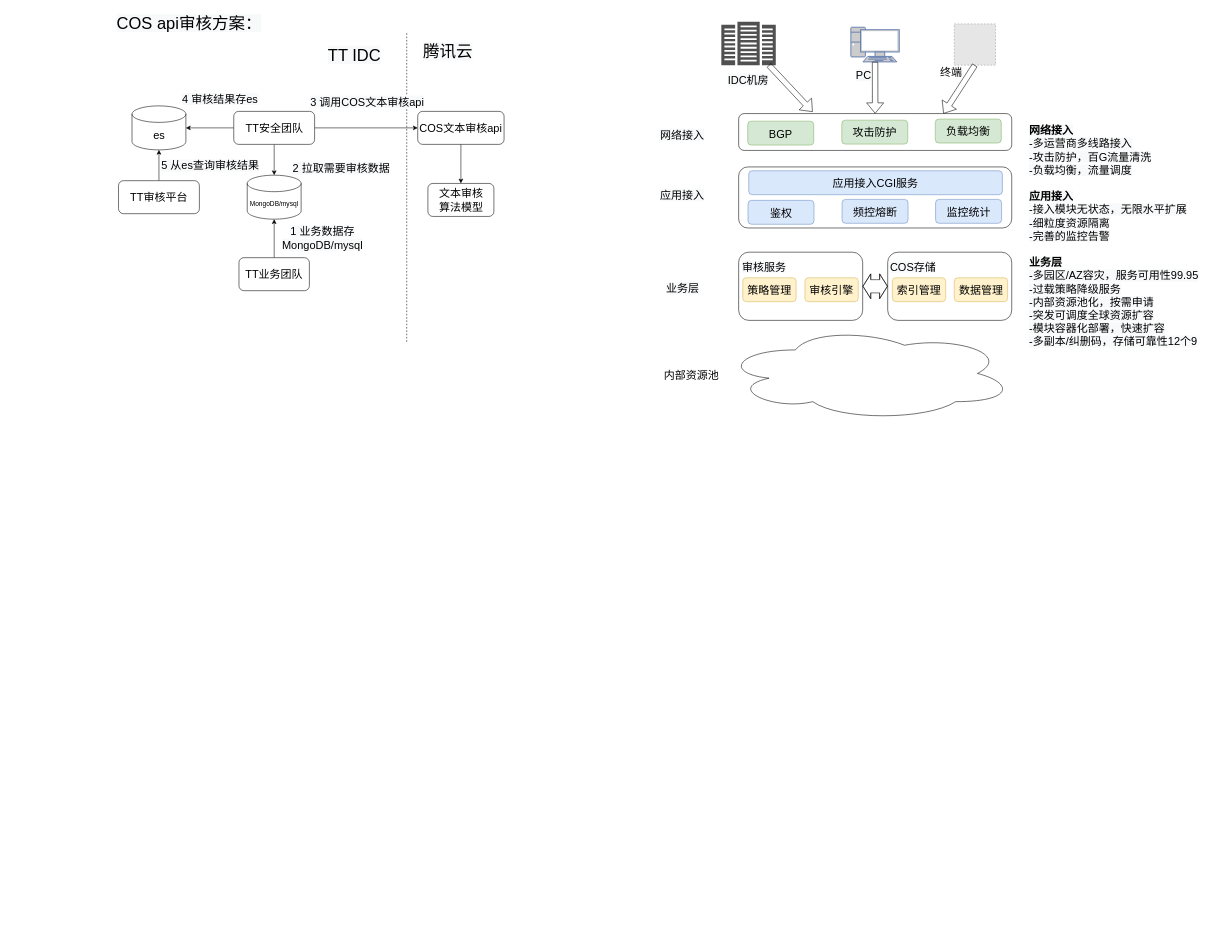
This is page "TT文本审核方案" (5 of 8) of CI.drawio from wangnan8791/document, a draw.io file, before an edit. Source tidied: cells renumbered, new cells numbered last; positions are measured from the earlier drawing's top-left corner, leaving out a move shared by most shapes. Both pictures are drawn from the tidied source at 55%, with x=0, y=0 at pixel (116, 9). Pictures stored in the file or linked from it are replaced by grey dashed boxes.
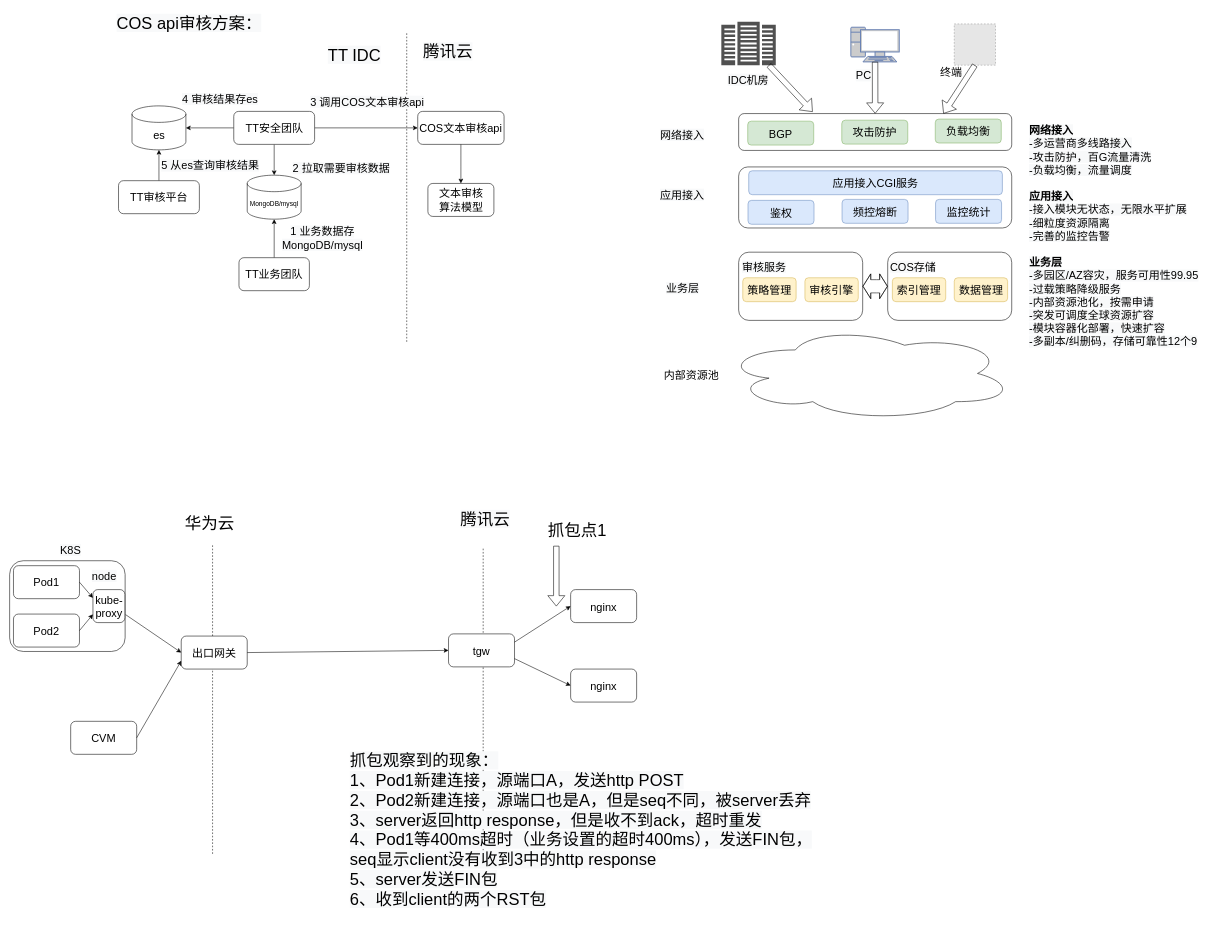
Above is the later version.

Change to the diagram source:
```diff
@@
+    <mxCell id="57" style="endArrow=none;dashed=1;html=1;" parent="1" edge="1">
+      <mxGeometry relative="1" as="geometry">
+        <mxPoint x="176" y="1535" as="sourcePoint" />
+        <mxPoint x="176" y="973" as="targetPoint" />
+      </mxGeometry>
+    </mxCell>
+    <mxCell id="58" style="endArrow=none;dashed=1;html=1;" parent="1" edge="1">
+      <mxGeometry relative="1" as="geometry">
+        <mxPoint x="668" y="1541" as="sourcePoint" />
+        <mxPoint x="668" y="979" as="targetPoint" />
+      </mxGeometry>
+    </mxCell>
+    <mxCell id="59" value="&lt;span style=&quot;color: rgb(0 , 0 , 0) ; font-family: &amp;#34;helvetica&amp;#34; ; font-size: 30px ; font-style: normal ; font-weight: 400 ; letter-spacing: normal ; text-align: center ; text-indent: 0px ; text-transform: none ; word-spacing: 0px ; background-color: rgb(248 , 249 , 250) ; display: inline ; float: none&quot;&gt;腾讯云&lt;/span&gt;" style="text;whiteSpace=wrap;html=1;fontSize=30;" parent="1" vertex="1">
+      <mxGeometry x="625" y="902" width="96" height="51" as="geometry" />
+    </mxCell>
+    <mxCell id="60" value="&lt;div style=&quot;text-align: center&quot;&gt;&lt;span&gt;&lt;font face=&quot;helvetica&quot;&gt;华为云&lt;/font&gt;&lt;/span&gt;&lt;/div&gt;" style="text;whiteSpace=wrap;html=1;fontSize=30;" parent="1" vertex="1">
+      <mxGeometry x="123.5" y="909" width="96" height="51" as="geometry" />
+    </mxCell>
+    <mxCell id="61" value="tgw" style="rounded=1;whiteSpace=wrap;html=1;fontSize=20;" parent="1" vertex="1">
+      <mxGeometry x="605" y="1135" width="120" height="60" as="geometry" />
+    </mxCell>
+    <mxCell id="62" value="出口网关" style="rounded=1;whiteSpace=wrap;html=1;fontSize=20;" parent="1" vertex="1">
+      <mxGeometry x="119" y="1139" width="120" height="60" as="geometry" />
+    </mxCell>
+    <mxCell id="63" style="rounded=1;whiteSpace=wrap;html=1;fontSize=20;" parent="1" vertex="1">
+      <mxGeometry x="-193" y="1002" width="210" height="165" as="geometry" />
+    </mxCell>
+    <mxCell id="64" value="CVM" style="rounded=1;whiteSpace=wrap;html=1;fontSize=20;" parent="1" vertex="1">
+      <mxGeometry x="-82" y="1294" width="120" height="60" as="geometry" />
+    </mxCell>
+    <mxCell id="65" value="&lt;span style=&quot;color: rgb(0, 0, 0); font-family: helvetica; font-size: 20px; font-style: normal; font-weight: 400; letter-spacing: normal; text-align: center; text-indent: 0px; text-transform: none; word-spacing: 0px; background-color: rgb(248, 249, 250); display: inline; float: none;&quot;&gt;K8S&lt;/span&gt;" style="text;whiteSpace=wrap;html=1;fontSize=20;" parent="1" vertex="1">
+      <mxGeometry x="-103" y="964" width="58" height="38" as="geometry" />
+    </mxCell>
+    <mxCell id="66" value="&lt;span style=&quot;color: rgb(0, 0, 0); font-family: helvetica; font-size: 20px; font-style: normal; font-weight: 400; letter-spacing: normal; text-align: center; text-indent: 0px; text-transform: none; word-spacing: 0px; background-color: rgb(248, 249, 250); display: inline; float: none;&quot;&gt;node&lt;/span&gt;" style="text;whiteSpace=wrap;html=1;fontSize=20;" parent="1" vertex="1">
+      <mxGeometry x="-45" y="1011" width="65" height="38" as="geometry" />
+    </mxCell>
+    <mxCell id="67" value="Pod2" style="rounded=1;whiteSpace=wrap;html=1;fontSize=20;" parent="1" vertex="1">
+      <mxGeometry x="-186" y="1099" width="120" height="60" as="geometry" />
+    </mxCell>
+    <mxCell id="68" value="Pod1" style="rounded=1;whiteSpace=wrap;html=1;fontSize=20;" parent="1" vertex="1">
+      <mxGeometry x="-186" y="1011" width="120" height="60" as="geometry" />
+    </mxCell>
+    <mxCell id="69" value="kube-proxy" style="rounded=1;whiteSpace=wrap;html=1;fontSize=20;" parent="1" vertex="1">
+      <mxGeometry x="-41.5" y="1054.5" width="58" height="60" as="geometry" />
+    </mxCell>
+    <mxCell id="70" style="endArrow=classic;html=1;rounded=0;fontSize=20;exitX=1.004;exitY=0.594;exitDx=0;exitDy=0;exitPerimeter=0;entryX=0;entryY=0.5;entryDx=0;entryDy=0;" parent="1" edge="1" source="63" target="62">
+      <mxGeometry relative="1" as="geometry" />
+    </mxCell>
+    <mxCell id="71" style="endArrow=classic;html=1;rounded=0;fontSize=20;exitX=1;exitY=0.5;exitDx=0;exitDy=0;entryX=0;entryY=0.75;entryDx=0;entryDy=0;" parent="1" edge="1" source="67" target="69">
+      <mxGeometry relative="1" as="geometry" />
+    </mxCell>
+    <mxCell id="72" style="endArrow=classic;html=1;rounded=0;fontSize=20;exitX=1;exitY=0.5;exitDx=0;exitDy=0;entryX=0;entryY=0.25;entryDx=0;entryDy=0;" parent="1" edge="1" source="68" target="69">
+      <mxGeometry relative="1" as="geometry" />
+    </mxCell>
+    <mxCell id="73" style="endArrow=classic;html=1;rounded=0;fontSize=20;exitX=1;exitY=0.5;exitDx=0;exitDy=0;entryX=0;entryY=0.75;entryDx=0;entryDy=0;" parent="1" edge="1" source="64" target="62">
+      <mxGeometry relative="1" as="geometry" />
+    </mxCell>
+    <mxCell id="74" style="endArrow=classic;html=1;rounded=0;fontSize=20;exitX=1;exitY=0.5;exitDx=0;exitDy=0;entryX=0;entryY=0.5;entryDx=0;entryDy=0;" parent="1" edge="1" source="62" target="61">
+      <mxGeometry relative="1" as="geometry" />
+    </mxCell>
+    <mxCell id="75" value="nginx" style="rounded=1;whiteSpace=wrap;html=1;fontSize=20;" parent="1" vertex="1">
+      <mxGeometry x="827" y="1054.5" width="120" height="60" as="geometry" />
+    </mxCell>
+    <mxCell id="76" value="nginx" style="rounded=1;whiteSpace=wrap;html=1;fontSize=20;" parent="1" vertex="1">
+      <mxGeometry x="827" y="1199" width="120" height="60" as="geometry" />
+    </mxCell>
+    <mxCell id="77" style="endArrow=classic;html=1;rounded=0;fontSize=20;exitX=1;exitY=0.25;exitDx=0;exitDy=0;entryX=0;entryY=0.5;entryDx=0;entryDy=0;" parent="1" edge="1" source="61" target="75">
+      <mxGeometry relative="1" as="geometry" />
+    </mxCell>
+    <mxCell id="78" style="endArrow=classic;html=1;rounded=0;fontSize=20;exitX=1;exitY=0.75;exitDx=0;exitDy=0;entryX=0;entryY=0.5;entryDx=0;entryDy=0;" parent="1" edge="1" source="61" target="76">
+      <mxGeometry relative="1" as="geometry" />
+    </mxCell>
+    <mxCell id="79" value="&lt;div style=&quot;text-align: center&quot;&gt;&lt;span style=&quot;font-size: 30px&quot;&gt;&lt;font face=&quot;helvetica&quot;&gt;抓包点1&lt;/font&gt;&lt;/span&gt;&lt;/div&gt;" style="text;whiteSpace=wrap;html=1;fontSize=20;" parent="1" vertex="1">
+      <mxGeometry x="784" y="923" width="110" height="41" as="geometry" />
+    </mxCell>
+    <mxCell id="80" style="shape=flexArrow;endArrow=classic;html=1;rounded=0;fontSize=20;" parent="1" edge="1">
+      <mxGeometry relative="1" as="geometry">
+        <mxPoint x="801" y="975" as="sourcePoint" />
+        <mxPoint x="801" y="1085" as="targetPoint" />
+      </mxGeometry>
+    </mxCell>
+    <mxCell id="81" value="&lt;span style=&quot;color: rgb(0 , 0 , 0) ; font-family: &amp;#34;helvetica&amp;#34; ; font-size: 30px ; font-style: normal ; font-weight: 400 ; letter-spacing: normal ; text-align: center ; text-indent: 0px ; text-transform: none ; word-spacing: 0px ; background-color: rgb(248 , 249 , 250) ; display: inline ; float: none&quot;&gt;抓包观察到的现象：&lt;br&gt;1、Pod1新建连接，源端口A，发送http POST&lt;br&gt;2、Pod2新建连接，源端口也是A，但是seq不同，被server丢弃&lt;br&gt;3、server返回http response，但是收不到ack，超时重发&lt;br&gt;4、Pod1等400ms超时（业务设置的超时400ms），发送FIN包，seq显示client没有收到3中的http response&lt;br&gt;5、server发送FIN包&lt;br&gt;6、收到client的两个RST包&lt;br&gt;&lt;/span&gt;" style="text;whiteSpace=wrap;html=1;fontSize=20;" parent="1" vertex="1">
+      <mxGeometry x="424" y="1341" width="886.4" height="315" as="geometry" />
+    </mxCell>
```
